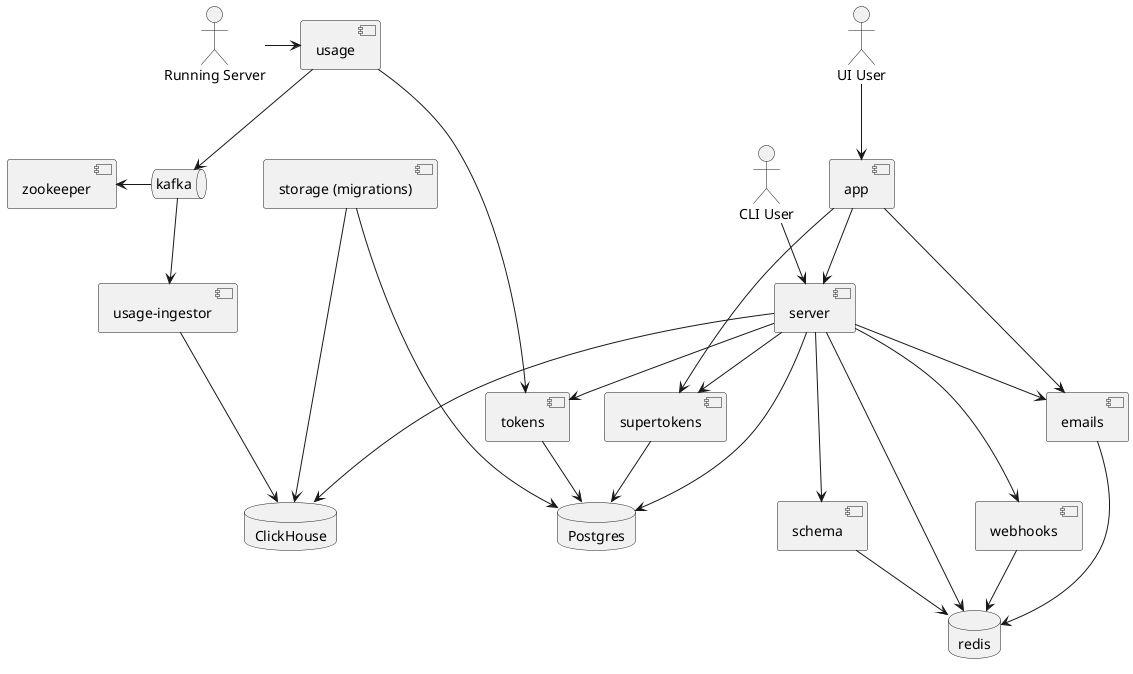
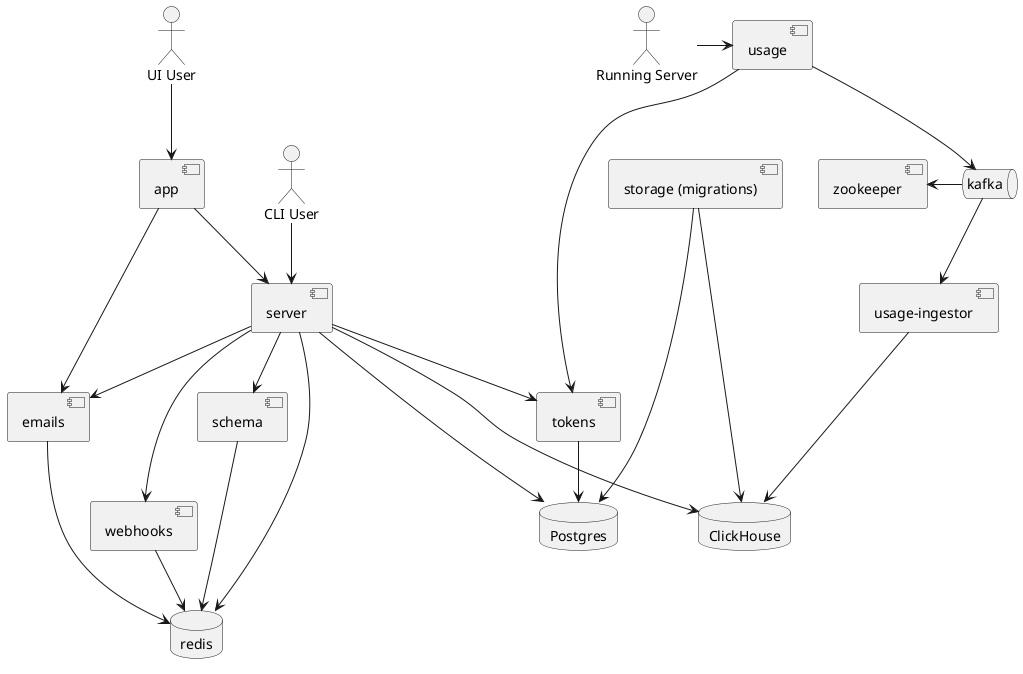
@startuml

actor "UI User" as uiuser
actor "CLI User" as cliuser
actor "Running Server" as gqlserver

component zookeeper
- component supertokens

queue kafka

database ClickHouse
database Postgres
database redis

component server
component schema
component tokens
component webhooks
component emails
component usage
component "usage-ingestor" as usageing
component app

component "storage (migrations)" as storageSvc
storageSvc ---d-> ClickHouse
storageSvc ---d-> Postgres

kafka -l-> zookeeper

- app --> supertokens
app --> server
app --> emails

usageing --> ClickHouse
kafka -> usageing
usage -d-> kafka
gqlserver -> usage

emails -d-> redis
webhooks -d-> redis
tokens -d-> Postgres
schema -d-> redis

server -d-> Postgres
server -d--> ClickHouse
server -d-> redis
server -d-> tokens
server -d-> webhooks
server -d-> schema
server -d-> emails
- server -d-> supertokens
- 
- supertokens -> Postgres

uiuser --> app
cliuser --> server

emails -[hidden]-> webhooks

usage ----> tokens

- @enduml+ @enduml
